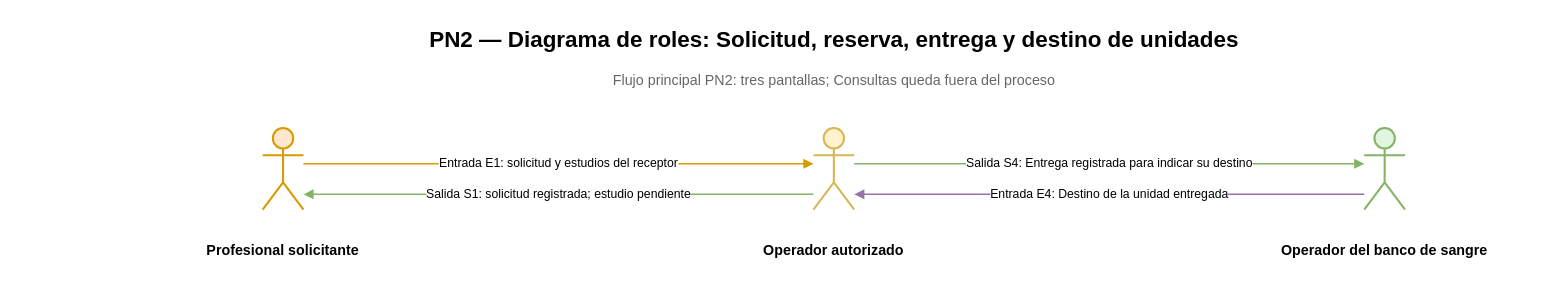
This is Diagramas/Secuencia de Roles/PN2_DiagramaRoles.drawio from juanNH/Ingenieria-de-Software, a draw.io file, before an edit. Source tidied: cells renumbered, new cells numbered last; positions are measured from the earlier drawing's top-left corner, leaving out a move shared by most shapes. Both pictures are drawn from the tidied source at 102%, with x=0, y=0 at pixel (119, 17).
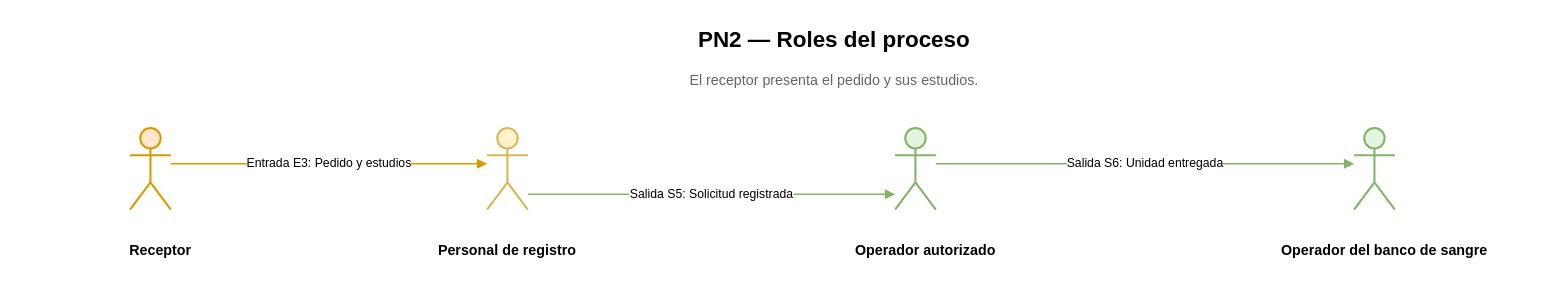
Above is the later version.

What changed in the source:
```diff
@@
 <mxGraphModel>
   <root>
     <mxCell id="0" />
     <mxCell id="1" parent="0" />
-    <mxCell id="2" value="PN2 — Diagrama de roles: Solicitud, reserva, entrega y destino de unidades" style="text;html=1;strokeColor=none;fillColor=none;fontStyle=1;fontSize=22;align=center;verticalAlign=middle;fontFamily=Arial;" parent="1" vertex="1">
+    <mxCell id="2" value="PN2 — Roles del proceso" style="text;html=1;strokeColor=none;fillColor=none;fontStyle=1;fontSize=22;align=center;verticalAlign=middle;fontFamily=Arial;" parent="1" vertex="1">
       <mxGeometry x="20" width="1360" height="44" as="geometry" />
     </mxCell>
-    <mxCell id="3" value="Flujo principal PN2: tres pantallas; Consultas queda fuera del proceso" style="text;html=1;strokeColor=none;fillColor=none;fontSize=14;align=center;verticalAlign=middle;fontColor=#666666;fontFamily=Arial;" parent="1" vertex="1">
+    <mxCell id="3" value="El receptor presenta el pedido y sus estudios." style="text;html=1;strokeColor=none;fillColor=none;fontSize=14;align=center;verticalAlign=middle;fontColor=#666666;fontFamily=Arial;" parent="1" vertex="1">
       <mxGeometry x="80" y="46" width="1240" height="30" as="geometry" />
     </mxCell>
     <mxCell id="4" style="shape=umlActor;html=1;fillColor=#ffe6cc;strokeColor=#d79b00;strokeWidth=2;" parent="1" vertex="1">
-      <mxGeometry x="140" y="108" width="40" height="80" as="geometry" />
+      <mxGeometry x="10" y="108" width="40" height="80" as="geometry" />
     </mxCell>
     <mxCell id="5" style="shape=umlActor;html=1;fillColor=#fff2cc;strokeColor=#d6b656;strokeWidth=2;" parent="1" vertex="1">
-      <mxGeometry x="680" y="108" width="40" height="80" as="geometry" />
+      <mxGeometry x="360" y="108" width="40" height="80" as="geometry" />
     </mxCell>
     <mxCell id="6" style="shape=umlActor;html=1;fillColor=#e1f5e0;strokeColor=#82b366;strokeWidth=2;" parent="1" vertex="1">
-      <mxGeometry x="1220" y="108" width="40" height="80" as="geometry" />
+      <mxGeometry x="760" y="108" width="40" height="80" as="geometry" />
     </mxCell>
-    <mxCell id="7" value="&lt;b&gt;Profesional solicitante&lt;/b&gt;" style="text;html=1;strokeColor=none;fillColor=none;fontSize=14;fontFamily=Arial;align=center;verticalAlign=top;whiteSpace=wrap;" parent="1" vertex="1">
-      <mxGeometry y="213" width="320" height="38" as="geometry" />
+    <mxCell id="7" value="&lt;b&gt;Receptor&lt;/b&gt;" style="text;html=1;strokeColor=none;fillColor=none;fontSize=14;fontFamily=Arial;align=center;verticalAlign=top;whiteSpace=wrap;" parent="1" vertex="1">
+      <mxGeometry x="-100" y="213" width="280" height="38" as="geometry" />
     </mxCell>
-    <mxCell id="8" value="&lt;b&gt;Operador autorizado&lt;/b&gt;" style="text;html=1;strokeColor=none;fillColor=none;fontSize=14;fontFamily=Arial;align=center;verticalAlign=top;whiteSpace=wrap;" parent="1" vertex="1">
-      <mxGeometry x="540" y="213" width="320" height="38" as="geometry" />
+    <mxCell id="8" value="&lt;b&gt;Personal de registro&lt;/b&gt;" style="text;html=1;strokeColor=none;fillColor=none;fontSize=14;fontFamily=Arial;align=center;verticalAlign=top;whiteSpace=wrap;" parent="1" vertex="1">
+      <mxGeometry x="240" y="213" width="280" height="38" as="geometry" />
     </mxCell>
-    <mxCell id="9" value="&lt;b&gt;Operador del banco de sangre&lt;/b&gt;" style="text;html=1;strokeColor=none;fillColor=none;fontSize=14;fontFamily=Arial;align=center;verticalAlign=top;whiteSpace=wrap;" parent="1" vertex="1">
-      <mxGeometry x="1080" y="213" width="320" height="38" as="geometry" />
+    <mxCell id="9" value="&lt;b&gt;Operador autorizado&lt;/b&gt;" style="text;html=1;strokeColor=none;fillColor=none;fontSize=14;fontFamily=Arial;align=center;verticalAlign=top;whiteSpace=wrap;" parent="1" vertex="1">
+      <mxGeometry x="640" y="213" width="300" height="38" as="geometry" />
     </mxCell>
+    <mxCell id="14" style="shape=umlActor;html=1;fillColor=#e1f5e0;strokeColor=#82b366;strokeWidth=2;" parent="1" vertex="1">
+      <mxGeometry x="1210" y="108" width="40" height="80" as="geometry" />
+    </mxCell>
+    <mxCell id="15" value="&lt;b&gt;Operador del banco de sangre&lt;/b&gt;" style="text;html=1;strokeColor=none;fillColor=none;fontSize=14;fontFamily=Arial;align=center;verticalAlign=top;whiteSpace=wrap;" parent="1" vertex="1">
+      <mxGeometry x="1090" y="213" width="300" height="38" as="geometry" />
+    </mxCell>
-    <mxCell id="10" value="Entrada E1: solicitud y estudios del receptor" style="edgeStyle=orthogonalEdgeStyle;rounded=0;html=1;endArrow=block;endFill=1;strokeColor=#d79b00;strokeWidth=1.5;fontSize=12;fontFamily=Arial;labelBackgroundColor=#ffffff;" parent="1" edge="1">
+    <mxCell id="10" value="Entrada E3: Pedido y estudios" style="edgeStyle=orthogonalEdgeStyle;rounded=0;html=1;endArrow=block;endFill=1;strokeColor=#d79b00;strokeWidth=1.5;fontSize=12;fontFamily=Arial;labelBackgroundColor=#ffffff;" parent="1" edge="1">
       <mxGeometry relative="1" as="geometry">
-        <mxPoint x="180" y="143" as="sourcePoint" />
-        <mxPoint x="680" y="143" as="targetPoint" />
+        <mxPoint x="50" y="143" as="sourcePoint" />
+        <mxPoint x="360" y="143" as="targetPoint" />
       </mxGeometry>
     </mxCell>
-    <mxCell id="11" value="Salida S1: solicitud registrada; estudio pendiente" style="edgeStyle=orthogonalEdgeStyle;rounded=0;html=1;endArrow=block;endFill=1;strokeColor=#82b366;strokeWidth=1.5;fontSize=12;fontFamily=Arial;labelBackgroundColor=#ffffff;" parent="1" edge="1">
+    <mxCell id="11" value="Salida S5: Solicitud registrada" style="edgeStyle=orthogonalEdgeStyle;rounded=0;html=1;endArrow=block;endFill=1;strokeColor=#82b366;strokeWidth=1.5;fontSize=12;fontFamily=Arial;labelBackgroundColor=#ffffff;" parent="1" edge="1">
       <mxGeometry relative="1" as="geometry">
-        <mxPoint x="680" y="173" as="sourcePoint" />
-        <mxPoint x="180" y="173" as="targetPoint" />
+        <mxPoint x="400" y="173" as="sourcePoint" />
+        <mxPoint x="760" y="173" as="targetPoint" />
       </mxGeometry>
     </mxCell>
-    <mxCell id="12" value="Salida S4: Entrega registrada para indicar su destino" style="edgeStyle=orthogonalEdgeStyle;rounded=0;html=1;endArrow=block;endFill=1;strokeColor=#82b366;strokeWidth=1.5;fontSize=12;fontFamily=Arial;labelBackgroundColor=#ffffff;" parent="1" edge="1">
+    <mxCell id="12" value="Salida S6: Unidad entregada" style="edgeStyle=orthogonalEdgeStyle;rounded=0;html=1;endArrow=block;endFill=1;strokeColor=#82b366;strokeWidth=1.5;fontSize=12;fontFamily=Arial;labelBackgroundColor=#ffffff;" parent="1" edge="1">
       <mxGeometry relative="1" as="geometry">
-        <mxPoint x="720" y="143" as="sourcePoint" />
-        <mxPoint x="1220" y="143" as="targetPoint" />
+        <mxPoint x="800" y="143" as="sourcePoint" />
+        <mxPoint x="1210" y="143" as="targetPoint" />
       </mxGeometry>
     </mxCell>
-    <mxCell id="13" value="Entrada E4: Destino de la unidad entregada" style="edgeStyle=orthogonalEdgeStyle;rounded=0;html=1;endArrow=block;endFill=1;strokeColor=#9673a6;strokeWidth=1.5;fontSize=12;fontFamily=Arial;labelBackgroundColor=#ffffff;" parent="1" edge="1">
-      <mxGeometry relative="1" as="geometry">
-        <mxPoint x="1220" y="173" as="sourcePoint" />
-        <mxPoint x="720" y="173" as="targetPoint" />
-      </mxGeometry>
-    </mxCell>
   </root>
 </mxGraphModel>
```
